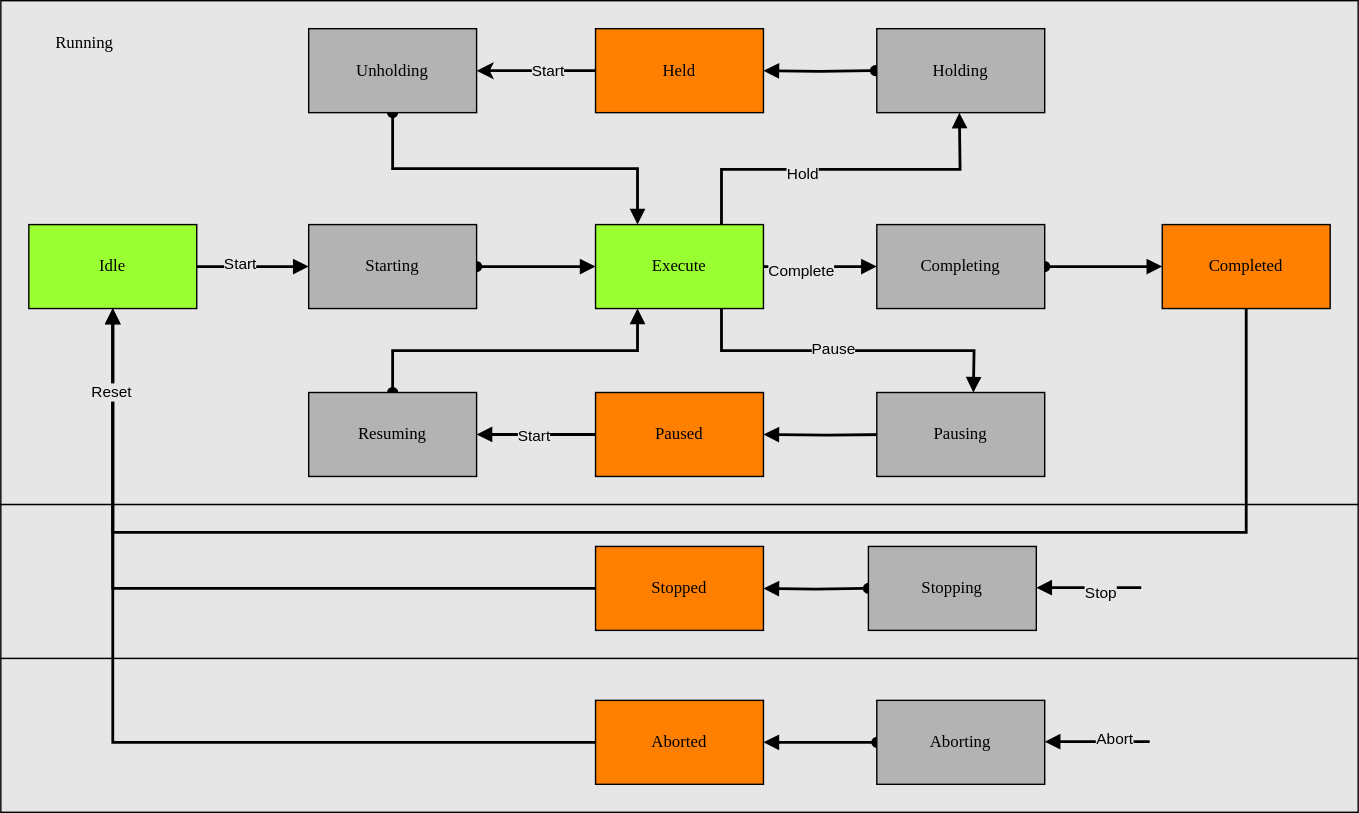
PeterZerlauth/Tc3_Component keeps this draw.io diagram as docs/StateMachine.drawio.svg. Above is the earlier version. Source tidied: cells renumbered, new cells last; positions are measured from the earlier drawing's top-left corner, leaving out a move shared by most shapes.
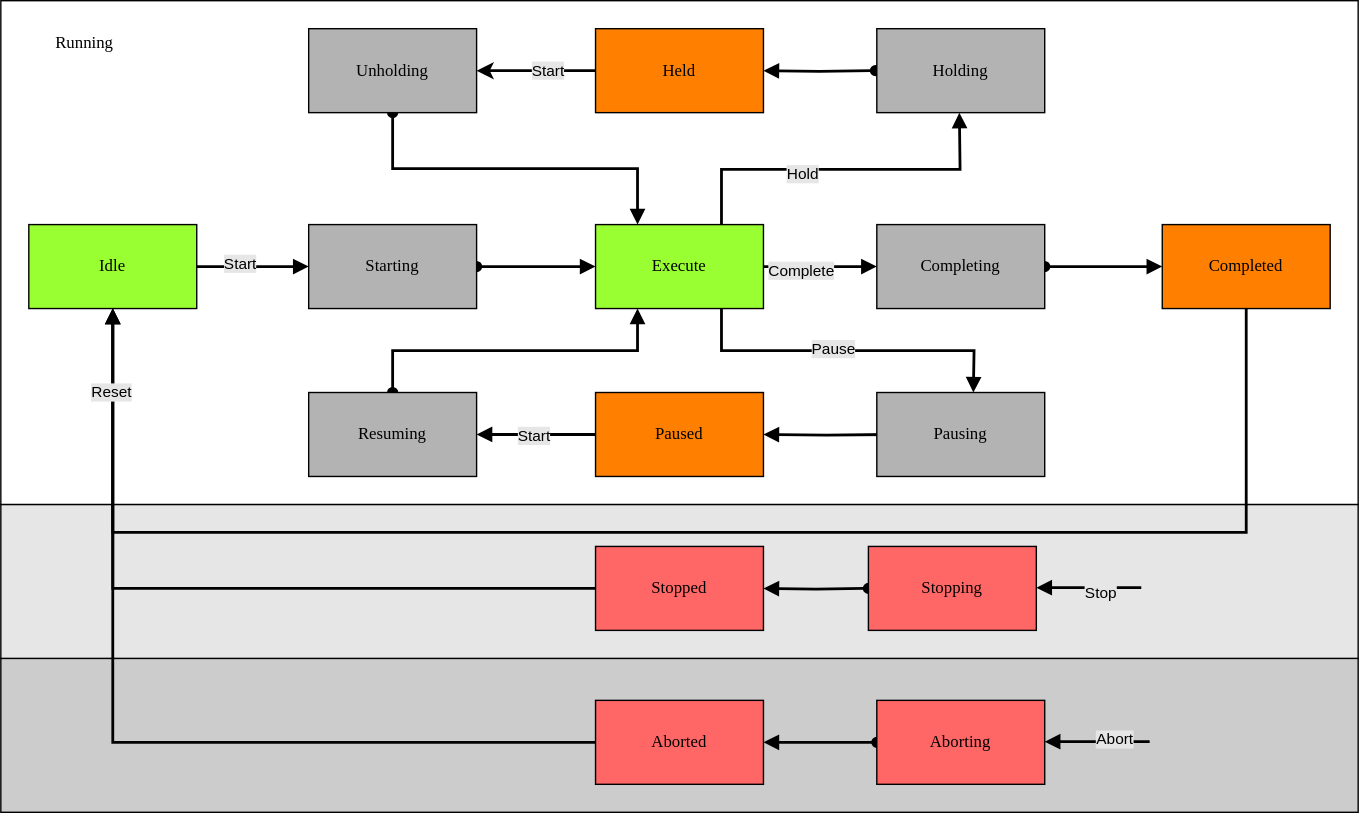
The same diagram one commit later.

The edit, as a diff of the source:
```diff
@@ -2,13 +2,13 @@
   <root>
     <mxCell id="0" />
     <mxCell id="1" parent="0" />
-    <mxCell id="2" style="rounded=0;whiteSpace=wrap;html=1;fontFamily=Helvetica;fontSize=11;fontColor=default;labelBackgroundColor=default;fillColor=#E6E6E6;" parent="1" vertex="1">
+    <mxCell id="2" style="rounded=0;whiteSpace=wrap;html=1;fontFamily=Helvetica;fontSize=11;fontColor=default;labelBackgroundColor=default;fillColor=#CCCCCC;" parent="1" vertex="1">
       <mxGeometry y="470" width="970" height="110" as="geometry" />
     </mxCell>
     <mxCell id="3" style="rounded=0;whiteSpace=wrap;html=1;fontFamily=Helvetica;fontSize=11;fontColor=default;labelBackgroundColor=default;fillColor=#E6E6E6;" parent="1" vertex="1">
       <mxGeometry y="360" width="970" height="110" as="geometry" />
     </mxCell>
-    <mxCell id="4" style="rounded=0;whiteSpace=wrap;html=1;fontFamily=Helvetica;fontSize=11;fontColor=default;labelBackgroundColor=default;fillColor=#E6E6E6;" parent="1" vertex="1">
+    <mxCell id="4" style="rounded=0;whiteSpace=wrap;html=1;fontFamily=Helvetica;fontSize=11;fontColor=default;labelBackgroundColor=default;fillColor=#FFFFFF;" parent="1" vertex="1">
       <mxGeometry width="970" height="360" as="geometry" />
     </mxCell>
     <mxCell id="5" style="edgeStyle=orthogonalEdgeStyle;rounded=0;jettySize=auto;html=1;strokeWidth=2;" parent="1" edge="1" source="6" target="34">
@@ -69,13 +69,13 @@
     <mxCell id="20" style="edgeStyle=orthogonalEdgeStyle;rounded=0;jettySize=auto;html=1;entryX=0.5;entryY=1;entryDx=0;entryDy=0;strokeColor=default;align=center;verticalAlign=middle;fontFamily=Helvetica;fontSize=11;fontColor=default;labelBackgroundColor=default;endArrow=block;endFill=1;strokeWidth=2;" parent="1" edge="1" source="21" target="19">
       <mxGeometry relative="1" as="geometry" />
     </mxCell>
-    <mxCell id="21" value="Stopped" style="rounded=0;whiteSpace=wrap;html=1;arcSize=24;fillColor=#FF8000;strokeColor=#000000;shadow=0;comic=0;labelBackgroundColor=none;fontFamily=Verdana;fontSize=12;fontColor=#000000;align=center;" parent="1" vertex="1">
+    <mxCell id="21" value="Stopped" style="rounded=0;whiteSpace=wrap;html=1;arcSize=24;fillColor=#FF6666;strokeColor=#000000;shadow=0;comic=0;labelBackgroundColor=none;fontFamily=Verdana;fontSize=12;fontColor=#000000;align=center;" parent="1" vertex="1">
       <mxGeometry x="425" y="390" width="120" height="60" as="geometry" />
     </mxCell>
     <mxCell id="22" style="edgeStyle=orthogonalEdgeStyle;rounded=0;jettySize=auto;html=1;strokeColor=default;align=center;verticalAlign=middle;fontFamily=Helvetica;fontSize=11;fontColor=default;labelBackgroundColor=default;endArrow=block;endFill=1;entryX=0.5;entryY=1;entryDx=0;entryDy=0;strokeWidth=2;" parent="1" edge="1" source="23" target="19">
       <mxGeometry relative="1" as="geometry" />
     </mxCell>
-    <mxCell id="23" value="Aborted" style="rounded=0;whiteSpace=wrap;html=1;arcSize=24;fillColor=#FF8000;strokeColor=#000000;shadow=0;comic=0;labelBackgroundColor=none;fontFamily=Verdana;fontSize=12;fontColor=#000000;align=center;" parent="1" vertex="1">
+    <mxCell id="23" value="Aborted" style="rounded=0;whiteSpace=wrap;html=1;arcSize=24;fillColor=#FF6666;strokeColor=#000000;shadow=0;comic=0;labelBackgroundColor=none;fontFamily=Verdana;fontSize=12;fontColor=#000000;align=center;" parent="1" vertex="1">
       <mxGeometry x="425" y="500" width="120" height="60" as="geometry" />
     </mxCell>
     <mxCell id="24" style="edgeStyle=orthogonalEdgeStyle;rounded=0;jettySize=auto;html=1;exitX=0.5;exitY=1;exitDx=0;exitDy=0;entryX=0.5;entryY=1;entryDx=0;entryDy=0;strokeColor=default;align=center;verticalAlign=middle;fontFamily=Helvetica;fontSize=11;fontColor=default;labelBackgroundColor=default;endArrow=block;endFill=1;strokeWidth=2;" parent="1" edge="1" source="26" target="19">
@@ -143,10 +143,10 @@
     <mxCell id="41" value="Completing" style="rounded=0;whiteSpace=wrap;html=1;arcSize=24;fillColor=#B3B3B3;strokeColor=#000000;shadow=0;comic=0;labelBackgroundColor=none;fontFamily=Verdana;fontSize=12;fontColor=#000000;align=center;" parent="1" vertex="1">
       <mxGeometry x="626" y="160" width="120" height="60" as="geometry" />
     </mxCell>
-    <mxCell id="42" value="Stopping" style="rounded=0;whiteSpace=wrap;html=1;arcSize=24;fillColor=#B3B3B3;strokeColor=#000000;shadow=0;comic=0;labelBackgroundColor=none;fontFamily=Verdana;fontSize=12;fontColor=#000000;align=center;" parent="1" vertex="1">
+    <mxCell id="42" value="Stopping" style="rounded=0;whiteSpace=wrap;html=1;arcSize=24;fillColor=#FF6666;strokeColor=#000000;shadow=0;comic=0;labelBackgroundColor=none;fontFamily=Verdana;fontSize=12;fontColor=#000000;align=center;" parent="1" vertex="1">
       <mxGeometry x="620" y="390" width="120" height="60" as="geometry" />
     </mxCell>
-    <mxCell id="43" value="Aborting" style="rounded=0;whiteSpace=wrap;html=1;arcSize=24;fillColor=#B3B3B3;strokeColor=#000000;shadow=0;comic=0;labelBackgroundColor=none;fontFamily=Verdana;fontSize=12;fontColor=#000000;align=center;" parent="1" vertex="1">
+    <mxCell id="43" value="Aborting" style="rounded=0;whiteSpace=wrap;html=1;arcSize=24;fillColor=#FF6666;strokeColor=#000000;shadow=0;comic=0;labelBackgroundColor=none;fontFamily=Verdana;fontSize=12;fontColor=#000000;align=center;" parent="1" vertex="1">
       <mxGeometry x="626" y="500" width="120" height="60" as="geometry" />
     </mxCell>
     <mxCell id="44" style="edgeStyle=orthogonalEdgeStyle;rounded=0;orthogonalLoop=1;jettySize=auto;html=1;strokeColor=default;align=center;verticalAlign=middle;fontFamily=Helvetica;fontSize=11;fontColor=default;labelBackgroundColor=default;endArrow=block;endFill=1;strokeWidth=2;" parent="1" edge="1">
```
